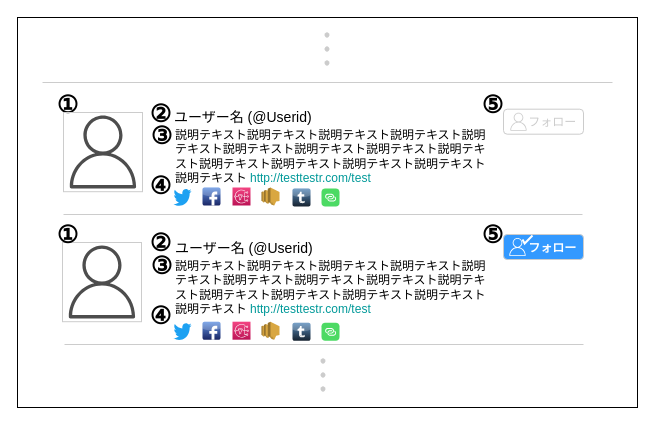
This is page "アプリフォロワー" (11 of 18) of docsMng/reference/2_bd/ScreenDesign/scdesign.drawio from MewW6m/Mineso, a draw.io file, before an edit. Source tidied: cells renumbered, new cells numbered last; positions are measured from the earlier drawing's top-left corner, leaving out a move shared by most shapes. Both pictures are drawn from the tidied source at 100%, with x=0, y=0 at pixel (17, 17).
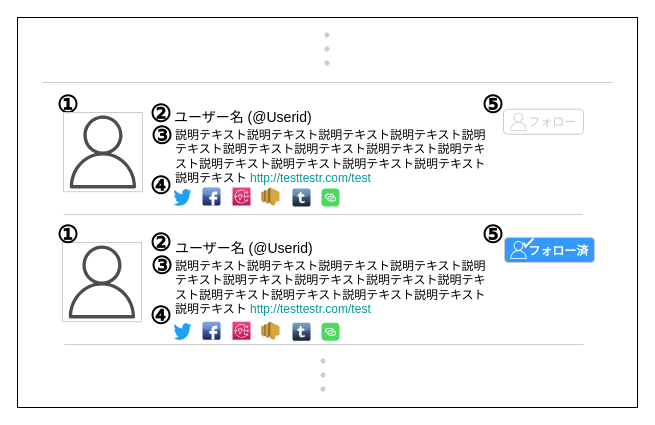
The same diagram, later.

Diff of the diagram source:
```diff
@@
-    <mxCell id="46" style="group;" parent="1" vertex="1">
-      <mxGeometry x="486" y="217" width="80" height="25" as="geometry" />
-    </mxCell>
-    <mxCell id="47" value="&lt;font style=&quot;font-size: 12px ; line-height: 200%&quot;&gt;　&amp;nbsp; フォロー&lt;/font&gt;" style="rounded=1;whiteSpace=wrap;html=1;fontSize=14;align=center;strokeColor=#CCCCCC;fontColor=#FFFFFF;fontStyle=1;fillColor=#3399FF;" parent="46" vertex="1">
-      <mxGeometry width="80" height="25" as="geometry" />
-    </mxCell>
-    <mxCell id="48" style="fontColor=#232F3E;gradientColor=none;dashed=0;verticalLabelPosition=bottom;verticalAlign=top;align=center;html=1;fontSize=12;fontStyle=0;shape=mxgraph.aws4.user;rounded=1;strokeWidth=1;fillColor=#FFFFFF;strokeColor=#FFFFFF;" parent="46" vertex="1">
-      <mxGeometry x="5" y="3.5" width="18" height="18" as="geometry" />
-    </mxCell>
-    <mxCell id="49" style="html=1;verticalLabelPosition=bottom;labelBackgroundColor=#ffffff;verticalAlign=top;shadow=0;dashed=0;strokeWidth=2;shape=mxgraph.ios7.misc.check;fillColor=#FFFFFF;fontColor=#FFFFFF;strokeColor=#FFFFFF;" parent="46" vertex="1">
-      <mxGeometry x="19" y="1" width="10" height="8" as="geometry" />
-    </mxCell>
@@
+    <mxCell id="59" style="group;" parent="1" vertex="1">
+      <mxGeometry x="487" y="220" width="90" height="25" as="geometry" />
+    </mxCell>
+    <mxCell id="60" value="&lt;font style=&quot;font-size: 12px ; line-height: 200%&quot;&gt;　&amp;nbsp; フォロー済&lt;/font&gt;" style="rounded=1;whiteSpace=wrap;html=1;fontSize=14;align=center;strokeColor=#CCCCCC;fontColor=#FFFFFF;fontStyle=1;fillColor=#3399FF;" parent="59" vertex="1">
+      <mxGeometry width="90" height="25" as="geometry" />
+    </mxCell>
+    <mxCell id="48" style="fontColor=#232F3E;gradientColor=none;dashed=0;verticalLabelPosition=bottom;verticalAlign=top;align=center;html=1;fontSize=12;fontStyle=0;shape=mxgraph.aws4.user;rounded=1;strokeWidth=1;fillColor=#FFFFFF;strokeColor=#FFFFFF;" parent="59" vertex="1">
+      <mxGeometry x="5" y="3.5" width="18" height="18" as="geometry" />
+    </mxCell>
+    <mxCell id="49" style="html=1;verticalLabelPosition=bottom;labelBackgroundColor=#ffffff;verticalAlign=top;shadow=0;dashed=0;strokeWidth=2;shape=mxgraph.ios7.misc.check;fillColor=#FFFFFF;fontColor=#FFFFFF;strokeColor=#FFFFFF;" parent="59" vertex="1">
+      <mxGeometry x="19" y="1" width="10" height="8" as="geometry" />
+    </mxCell>
```
